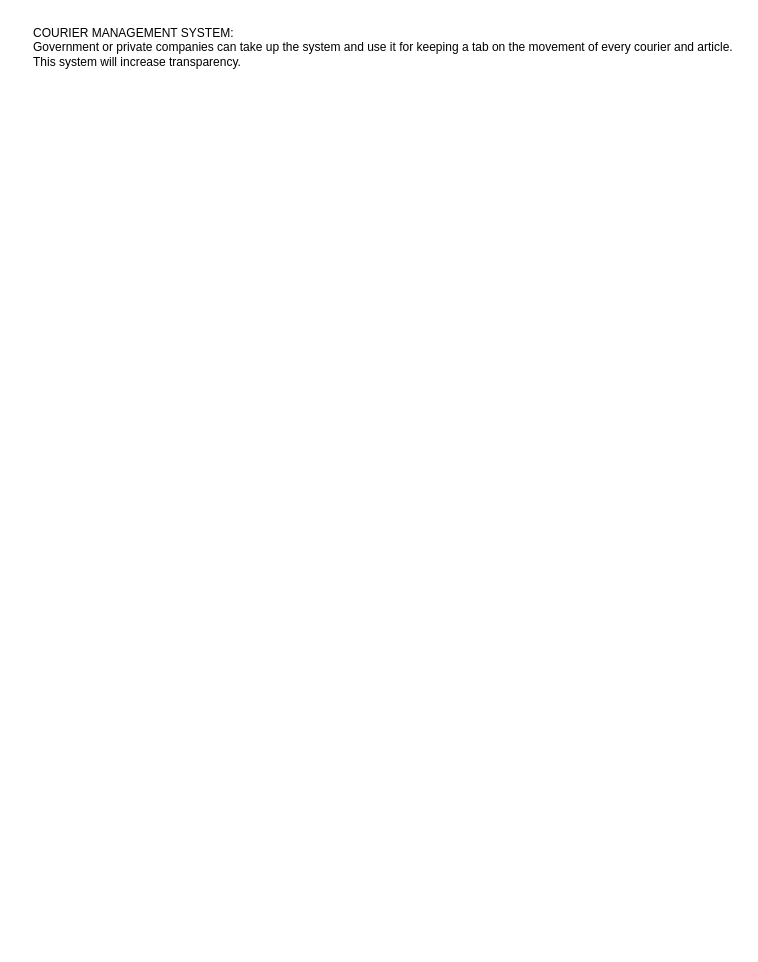
Before: page "Use cases" (1 of 2) of docs/HI-parcel-UML.drawio in akctba/hiparcel, a draw.io diagram. Source tidied: cells renumbered, new cells numbered last; positions are measured from the earlier drawing's top-left corner, leaving out a move shared by most shapes. Both pictures are drawn from the tidied source at 100%, with x=0, y=0 at pixel (31, 17).
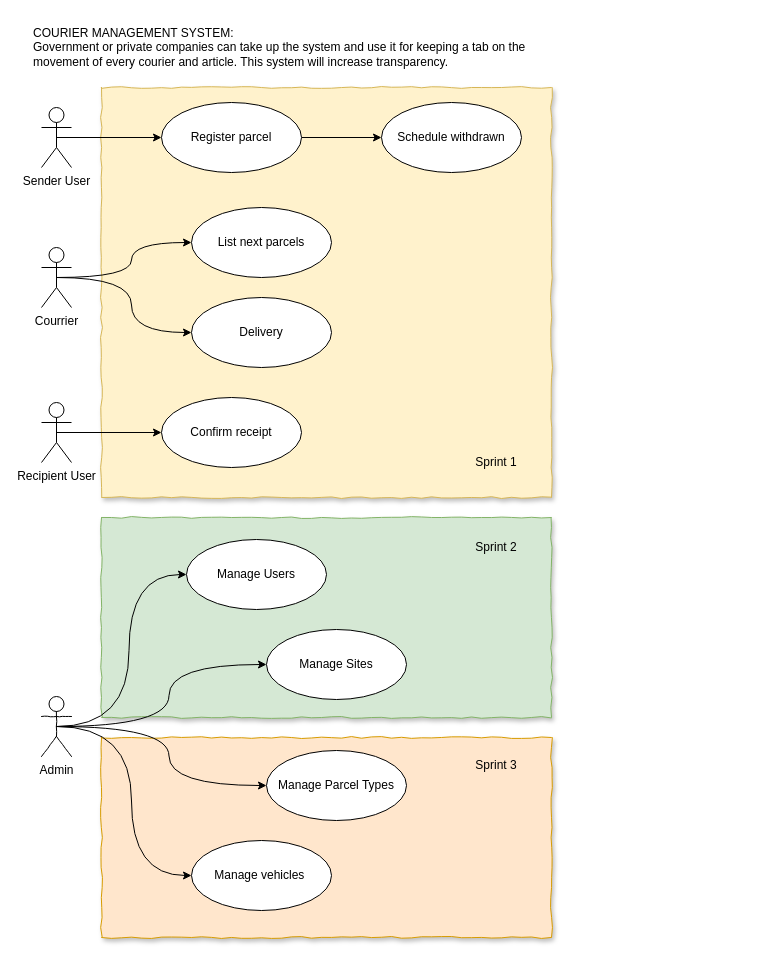
Above is the later version.

What changed in the source:
```diff
@@
+    <mxCell id="3" style="rounded=0;whiteSpace=wrap;html=1;shadow=1;glass=0;comic=1;fillColor=#ffe6cc;strokeColor=#d79b00;" parent="1" vertex="1">
+      <mxGeometry x="70" y="720" width="450" height="200" as="geometry" />
+    </mxCell>
+    <mxCell id="4" style="rounded=0;whiteSpace=wrap;html=1;shadow=1;glass=0;comic=1;fillColor=#d5e8d4;strokeColor=#82b366;" parent="1" vertex="1">
+      <mxGeometry x="70" y="500" width="450" height="200" as="geometry" />
+    </mxCell>
+    <mxCell id="5" style="rounded=0;whiteSpace=wrap;html=1;shadow=1;glass=0;comic=1;fillColor=#fff2cc;strokeColor=#d6b656;" parent="1" vertex="1">
+      <mxGeometry x="70" y="70" width="450" height="410" as="geometry" />
+    </mxCell>
     <mxCell id="2" value="&lt;div&gt;COURIER MANAGEMENT SYSTEM:&amp;nbsp;&lt;/div&gt;&lt;div&gt;Government or private companies can take up the system and use it for keeping a tab on the movement of every courier and article. This system will increase transparency.&lt;/div&gt;" style="text;html=1;strokeColor=none;fillColor=none;align=left;verticalAlign=middle;whiteSpace=wrap;rounded=0;" parent="1" vertex="1">
-      <mxGeometry width="710" height="60" as="geometry" />
+      <mxGeometry width="520" height="60" as="geometry" />
     </mxCell>
+    <mxCell id="6" style="edgeStyle=orthogonalEdgeStyle;rounded=0;jettySize=auto;html=1;exitX=0.5;exitY=0.5;exitDx=0;exitDy=0;exitPerimeter=0;entryX=0;entryY=0.5;entryDx=0;entryDy=0;" parent="1" edge="1" source="7" target="12">
+      <mxGeometry relative="1" as="geometry" />
+    </mxCell>
+    <mxCell id="7" value="Sender User" style="shape=umlActor;verticalLabelPosition=bottom;labelBackgroundColor=#ffffff;verticalAlign=top;html=1;" parent="1" vertex="1">
+      <mxGeometry x="10" y="90" width="30" height="60" as="geometry" />
+    </mxCell>
+    <mxCell id="8" style="edgeStyle=orthogonalEdgeStyle;rounded=0;jettySize=auto;html=1;exitX=0.5;exitY=0.5;exitDx=0;exitDy=0;exitPerimeter=0;curved=1;" parent="1" edge="1" source="10" target="14">
+      <mxGeometry relative="1" as="geometry" />
+    </mxCell>
+    <mxCell id="9" style="edgeStyle=orthogonalEdgeStyle;rounded=0;jettySize=auto;html=1;exitX=0.5;exitY=0.5;exitDx=0;exitDy=0;exitPerimeter=0;entryX=0;entryY=0.5;entryDx=0;entryDy=0;curved=1;" parent="1" edge="1" source="10" target="15">
+      <mxGeometry relative="1" as="geometry" />
+    </mxCell>
+    <mxCell id="10" value="Courrier" style="shape=umlActor;verticalLabelPosition=bottom;labelBackgroundColor=#ffffff;verticalAlign=top;html=1;" parent="1" vertex="1">
+      <mxGeometry x="10" y="230" width="30" height="60" as="geometry" />
+    </mxCell>
+    <mxCell id="11" style="edgeStyle=orthogonalEdgeStyle;rounded=0;jettySize=auto;html=1;exitX=1;exitY=0.5;exitDx=0;exitDy=0;entryX=0;entryY=0.5;entryDx=0;entryDy=0;" parent="1" edge="1" source="12" target="13">
+      <mxGeometry relative="1" as="geometry" />
+    </mxCell>
+    <mxCell id="12" value="Register parcel" style="ellipse;whiteSpace=wrap;html=1;" parent="1" vertex="1">
+      <mxGeometry x="130" y="85" width="140" height="70" as="geometry" />
+    </mxCell>
+    <mxCell id="13" value="Schedule withdrawn" style="ellipse;whiteSpace=wrap;html=1;" parent="1" vertex="1">
+      <mxGeometry x="350" y="85" width="140" height="70" as="geometry" />
+    </mxCell>
+    <mxCell id="14" value="List next parcels" style="ellipse;whiteSpace=wrap;html=1;" parent="1" vertex="1">
+      <mxGeometry x="160" y="190" width="140" height="70" as="geometry" />
+    </mxCell>
+    <mxCell id="15" value="Delivery" style="ellipse;whiteSpace=wrap;html=1;" parent="1" vertex="1">
+      <mxGeometry x="160" y="280" width="140" height="70" as="geometry" />
+    </mxCell>
+    <mxCell id="16" style="edgeStyle=orthogonalEdgeStyle;rounded=0;jettySize=auto;html=1;exitX=0.5;exitY=0.5;exitDx=0;exitDy=0;exitPerimeter=0;entryX=0;entryY=0.5;entryDx=0;entryDy=0;" parent="1" edge="1" source="17" target="18">
+      <mxGeometry relative="1" as="geometry" />
+    </mxCell>
+    <mxCell id="17" value="Recipient User" style="shape=umlActor;verticalLabelPosition=bottom;labelBackgroundColor=#ffffff;verticalAlign=top;html=1;" parent="1" vertex="1">
+      <mxGeometry x="10" y="385" width="30" height="60" as="geometry" />
+    </mxCell>
+    <mxCell id="18" value="Confirm receipt" style="ellipse;whiteSpace=wrap;html=1;" parent="1" vertex="1">
+      <mxGeometry x="130" y="380" width="140" height="70" as="geometry" />
+    </mxCell>
+    <mxCell id="19" value="Sprint 1" style="text;html=1;strokeColor=none;fillColor=none;align=center;verticalAlign=middle;whiteSpace=wrap;rounded=0;shadow=1;glass=0;comic=1;" parent="1" vertex="1">
+      <mxGeometry x="410" y="417.5" width="110" height="55" as="geometry" />
+    </mxCell>
+    <mxCell id="20" style="edgeStyle=orthogonalEdgeStyle;rounded=0;jettySize=auto;html=1;exitX=0.5;exitY=0.5;exitDx=0;exitDy=0;exitPerimeter=0;entryX=0;entryY=0.5;entryDx=0;entryDy=0;curved=1;" parent="1" edge="1" source="24" target="25">
+      <mxGeometry relative="1" as="geometry" />
+    </mxCell>
+    <mxCell id="21" style="edgeStyle=orthogonalEdgeStyle;rounded=0;jettySize=auto;html=1;exitX=0.5;exitY=0.5;exitDx=0;exitDy=0;exitPerimeter=0;entryX=0;entryY=0.5;entryDx=0;entryDy=0;curved=1;" parent="1" edge="1" source="24" target="28">
+      <mxGeometry relative="1" as="geometry" />
+    </mxCell>
+    <mxCell id="22" style="edgeStyle=orthogonalEdgeStyle;rounded=0;jettySize=auto;html=1;exitX=0.5;exitY=0.5;exitDx=0;exitDy=0;exitPerimeter=0;entryX=0;entryY=0.5;entryDx=0;entryDy=0;curved=1;" parent="1" edge="1" source="24" target="27">
+      <mxGeometry relative="1" as="geometry" />
+    </mxCell>
+    <mxCell id="23" style="edgeStyle=orthogonalEdgeStyle;rounded=0;jettySize=auto;html=1;exitX=0.5;exitY=0.5;exitDx=0;exitDy=0;exitPerimeter=0;entryX=0;entryY=0.5;entryDx=0;entryDy=0;curved=1;" parent="1" edge="1" source="24" target="26">
+      <mxGeometry relative="1" as="geometry" />
+    </mxCell>
+    <mxCell id="24" value="Admin" style="shape=umlActor;verticalLabelPosition=bottom;labelBackgroundColor=#ffffff;verticalAlign=top;html=1;rounded=0;shadow=0;glass=0;comic=1;" parent="1" vertex="1">
+      <mxGeometry x="10" y="679" width="30" height="60" as="geometry" />
+    </mxCell>
+    <mxCell id="25" value="Manage Users" style="ellipse;whiteSpace=wrap;html=1;rounded=0;shadow=0;glass=0;comic=1;" parent="1" vertex="1">
+      <mxGeometry x="155" y="522" width="140" height="70" as="geometry" />
+    </mxCell>
+    <mxCell id="26" value="Manage Sites" style="ellipse;whiteSpace=wrap;html=1;rounded=0;shadow=0;glass=0;comic=1;" parent="1" vertex="1">
+      <mxGeometry x="235" y="612" width="140" height="70" as="geometry" />
+    </mxCell>
+    <mxCell id="27" value="Manage Parcel Types" style="ellipse;whiteSpace=wrap;html=1;rounded=0;shadow=0;glass=0;comic=1;" parent="1" vertex="1">
+      <mxGeometry x="235" y="733" width="140" height="70" as="geometry" />
+    </mxCell>
+    <mxCell id="28" value="Manage vehicles&amp;nbsp;" style="ellipse;whiteSpace=wrap;html=1;rounded=0;shadow=0;glass=0;comic=1;" parent="1" vertex="1">
+      <mxGeometry x="160" y="823" width="140" height="70" as="geometry" />
+    </mxCell>
+    <mxCell id="29" value="Sprint 2" style="text;html=1;strokeColor=none;fillColor=none;align=center;verticalAlign=middle;whiteSpace=wrap;rounded=0;shadow=1;glass=0;comic=1;" parent="1" vertex="1">
+      <mxGeometry x="410" y="502.5" width="110" height="55" as="geometry" />
+    </mxCell>
+    <mxCell id="30" value="Sprint 3" style="text;html=1;strokeColor=none;fillColor=none;align=center;verticalAlign=middle;whiteSpace=wrap;rounded=0;shadow=1;glass=0;comic=1;" parent="1" vertex="1">
+      <mxGeometry x="410" y="720" width="110" height="55" as="geometry" />
+    </mxCell>
```
